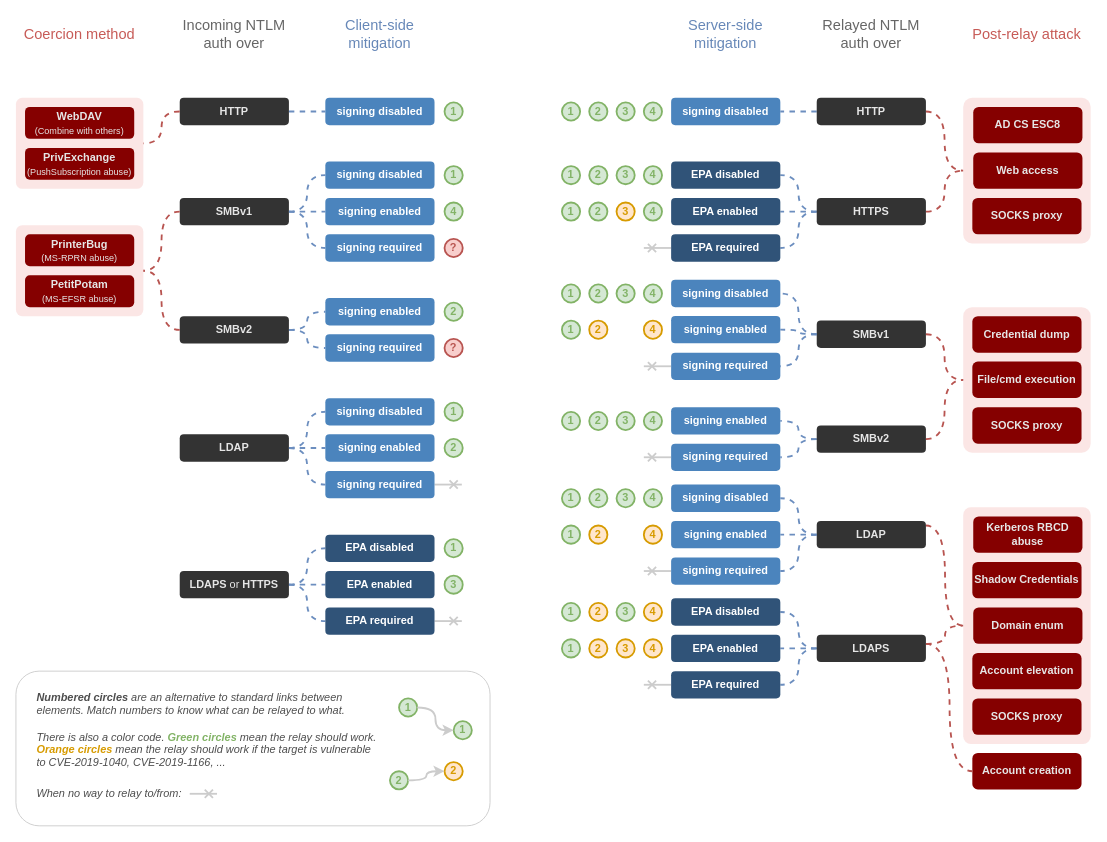
The-Hacker-Recipes/The-Hacker-Recipes keeps this draw.io diagram as page "Page-1" (1 of 2) of .assets/ntlm_relay.drawio. Above is the earlier version. Source tidied: cells renumbered, new cells numbered last; positions are measured from the earlier drawing's top-left corner, leaving out a move shared by most shapes. Both pictures are drawn from the tidied source at 91%, with x=0, y=0 at pixel (15, 15).
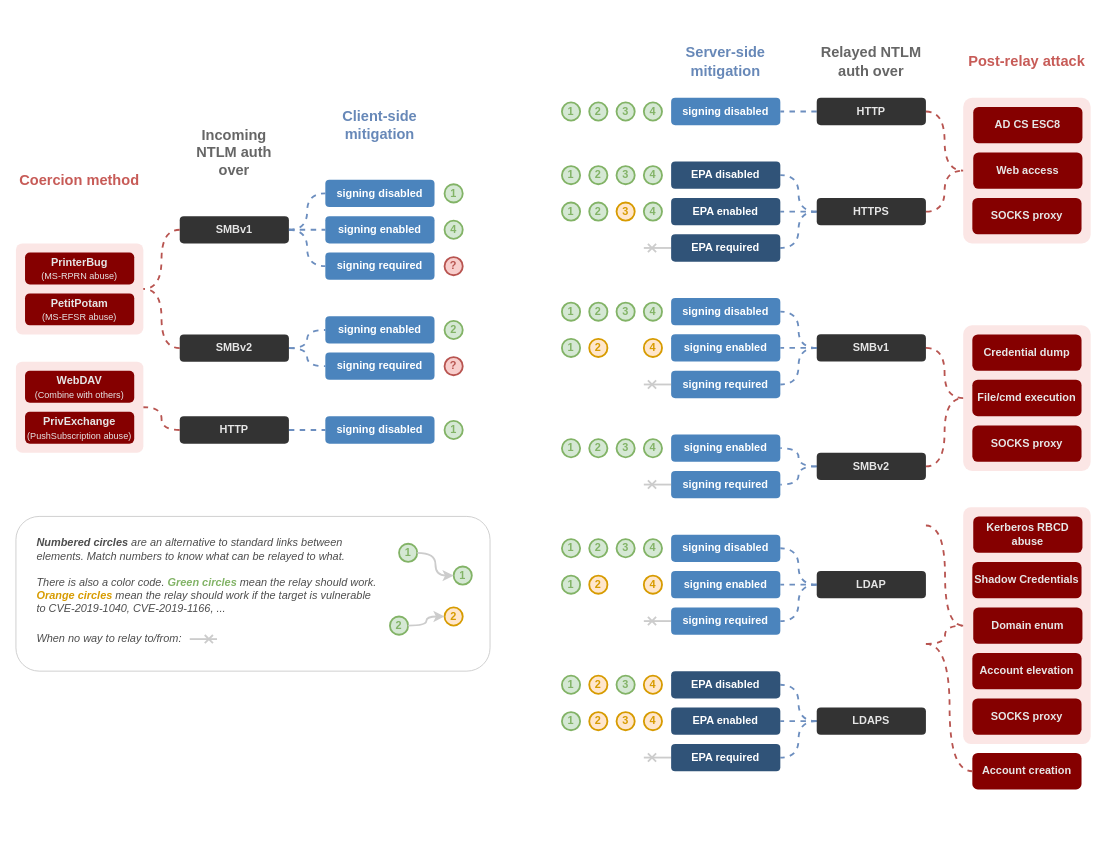
After the change.

Change to the diagram source:
```diff
@@
-    <mxCell id="2" style="edgeStyle=orthogonalEdgeStyle;curved=1;rounded=0;jettySize=auto;html=1;exitX=1;exitY=0.5;exitDx=0;exitDy=0;entryX=0;entryY=0.5;entryDx=0;entryDy=0;strokeColor=#6c8ebf;strokeWidth=2;fillColor=#dae8fc;dashed=1;endArrow=none;endFill=0;" parent="1" edge="1" source="4" target="165">
-      <mxGeometry relative="1" as="geometry" />
-    </mxCell>
-    <mxCell id="3" style="edgeStyle=orthogonalEdgeStyle;curved=1;rounded=0;jettySize=auto;html=1;exitX=1;exitY=0.5;exitDx=0;exitDy=0;entryX=0;entryY=0.5;entryDx=0;entryDy=0;strokeColor=#6c8ebf;strokeWidth=2;fillColor=#dae8fc;dashed=1;endArrow=none;endFill=0;" parent="1" edge="1" source="4" target="167">
-      <mxGeometry relative="1" as="geometry" />
-    </mxCell>
-    <mxCell id="4" value="LDAP" style="rounded=1;whiteSpace=wrap;html=1;fontColor=#E6E6E6;fontStyle=1;fillColor=#333333;strokeColor=none;" parent="1" vertex="1">
-      <mxGeometry x="180" y="459.8" width="120" height="30" as="geometry" />
-    </mxCell>
@@
     <mxCell id="6" value="HTTP" style="rounded=1;whiteSpace=wrap;html=1;fontColor=#E6E6E6;fontStyle=1;fillColor=#333333;strokeColor=none;" parent="1" vertex="1">
-      <mxGeometry x="180" y="90" width="120" height="30" as="geometry" />
+      <mxGeometry x="180" y="440" width="120" height="30" as="geometry" />
     </mxCell>
@@
     <mxCell id="11" value="SMBv1" style="rounded=1;whiteSpace=wrap;html=1;fontColor=#E6E6E6;fontStyle=1;fillColor=#333333;strokeColor=none;" parent="1" vertex="1">
-      <mxGeometry x="880" y="334.8" width="120" height="30" as="geometry" />
+      <mxGeometry x="880" y="349.8" width="120" height="30" as="geometry" />
     </mxCell>
@@
     <mxCell id="15" value="LDAP" style="rounded=1;whiteSpace=wrap;html=1;fontColor=#E6E6E6;fontStyle=1;fillColor=#333333;strokeColor=none;" parent="1" vertex="1">
-      <mxGeometry x="880" y="555" width="120" height="30" as="geometry" />
+      <mxGeometry x="880" y="610" width="120" height="30" as="geometry" />
     </mxCell>
@@
     <mxCell id="19" value="SMBv2" style="rounded=1;whiteSpace=wrap;html=1;fontColor=#E6E6E6;fontStyle=1;fillColor=#333333;strokeColor=none;" parent="1" vertex="1">
-      <mxGeometry x="880" y="450" width="120" height="30" as="geometry" />
+      <mxGeometry x="880" y="480" width="120" height="30" as="geometry" />
     </mxCell>
@@
     <mxCell id="25" value="LDAPS" style="rounded=1;whiteSpace=wrap;html=1;fontColor=#E6E6E6;fontStyle=1;fillColor=#333333;strokeColor=none;" parent="1" vertex="1">
-      <mxGeometry x="880" y="680" width="120" height="30" as="geometry" />
+      <mxGeometry x="880" y="760" width="120" height="30" as="geometry" />
     </mxCell>
@@
     <mxCell id="36" value="SMBv1" style="rounded=1;whiteSpace=wrap;html=1;fontColor=#E6E6E6;fontStyle=1;fillColor=#333333;strokeColor=none;" parent="1" vertex="1">
-      <mxGeometry x="180" y="200" width="120" height="30" as="geometry" />
+      <mxGeometry x="180" y="220" width="120" height="30" as="geometry" />
     </mxCell>
@@
     <mxCell id="39" value="SMBv2" style="rounded=1;whiteSpace=wrap;html=1;fontColor=#E6E6E6;fontStyle=1;fillColor=#333333;strokeColor=none;" parent="1" vertex="1">
-      <mxGeometry x="180" y="330" width="120" height="30" as="geometry" />
+      <mxGeometry x="180" y="350" width="120" height="30" as="geometry" />
     </mxCell>
-    <mxCell id="40" style="edgeStyle=orthogonalEdgeStyle;curved=1;rounded=0;jettySize=auto;html=1;exitX=1;exitY=0.5;exitDx=0;exitDy=0;entryX=0;entryY=0.5;entryDx=0;entryDy=0;strokeColor=#6c8ebf;strokeWidth=2;fillColor=#dae8fc;dashed=1;endArrow=none;endFill=0;" parent="1" edge="1" source="43" target="158">
-      <mxGeometry relative="1" as="geometry" />
-    </mxCell>
-    <mxCell id="41" style="edgeStyle=orthogonalEdgeStyle;curved=1;rounded=0;jettySize=auto;html=1;exitX=1;exitY=0.5;exitDx=0;exitDy=0;entryX=0;entryY=0.5;entryDx=0;entryDy=0;strokeColor=#6c8ebf;strokeWidth=2;fillColor=#dae8fc;dashed=1;endArrow=none;endFill=0;" parent="1" edge="1" source="43" target="159">
-      <mxGeometry relative="1" as="geometry" />
-    </mxCell>
-    <mxCell id="42" style="edgeStyle=orthogonalEdgeStyle;curved=1;rounded=0;jettySize=auto;html=1;exitX=1;exitY=0.5;exitDx=0;exitDy=0;entryX=0;entryY=0.5;entryDx=0;entryDy=0;strokeColor=#6c8ebf;strokeWidth=2;fillColor=#dae8fc;dashed=1;endArrow=none;endFill=0;" parent="1" edge="1" source="43" target="161">
-      <mxGeometry relative="1" as="geometry" />
-    </mxCell>
-    <mxCell id="43" value="LDAPS &lt;span style=&quot;font-weight: normal&quot;&gt;or&lt;/span&gt; HTTPS" style="rounded=1;whiteSpace=wrap;html=1;fontColor=#E6E6E6;fontStyle=1;fillColor=#333333;strokeColor=none;" parent="1" vertex="1">
-      <mxGeometry x="180" y="610" width="120" height="30" as="geometry" />
-    </mxCell>
@@
-    <mxCell id="47" value="&lt;font&gt;Coercion method&lt;/font&gt;" style="text;html=1;strokeColor=none;fillColor=none;align=center;verticalAlign=middle;whiteSpace=wrap;rounded=0;fontSize=16;fontColor=#C75B57;" parent="1" vertex="1">
-      <mxGeometry width="140" height="40" as="geometry" />
+    <mxCell id="47" value="&lt;font&gt;Coercion method&lt;/font&gt;" style="text;html=1;strokeColor=none;fillColor=none;align=center;verticalAlign=middle;whiteSpace=wrap;rounded=0;fontSize=16;fontColor=#C75B57;fontStyle=1;" parent="1" vertex="1">
+      <mxGeometry y="160" width="140" height="40" as="geometry" />
     </mxCell>
-    <mxCell id="48" value="&lt;font color=&quot;#666666&quot;&gt;Incoming NTLM auth over&lt;/font&gt;" style="text;html=1;strokeColor=none;fillColor=none;align=center;verticalAlign=middle;whiteSpace=wrap;rounded=0;fontSize=16;fontColor=#C75B57;" parent="1" vertex="1">
-      <mxGeometry x="180" width="120" height="40" as="geometry" />
+    <mxCell id="48" value="&lt;font color=&quot;#666666&quot;&gt;Incoming NTLM auth over&lt;/font&gt;" style="text;html=1;strokeColor=none;fillColor=none;align=center;verticalAlign=middle;whiteSpace=wrap;rounded=0;fontSize=16;fontColor=#C75B57;fontStyle=1;" parent="1" vertex="1">
+      <mxGeometry x="180" y="130" width="120" height="40" as="geometry" />
     </mxCell>
-    <mxCell id="49" value="Client-side&lt;br&gt;mitigation" style="text;html=1;strokeColor=none;fillColor=none;align=center;verticalAlign=middle;whiteSpace=wrap;rounded=0;fontSize=16;fontColor=#6788B8;" parent="1" vertex="1">
-      <mxGeometry x="340" width="120" height="40" as="geometry" />
+    <mxCell id="49" value="Client-side&lt;br&gt;mitigation" style="text;html=1;strokeColor=none;fillColor=none;align=center;verticalAlign=middle;whiteSpace=wrap;rounded=0;fontSize=16;fontColor=#6788B8;fontStyle=1;" parent="1" vertex="1">
+      <mxGeometry x="340" y="100" width="120" height="40" as="geometry" />
     </mxCell>
-    <mxCell id="50" value="&lt;font color=&quot;#666666&quot;&gt;Relayed NTLM auth over&lt;/font&gt;" style="text;html=1;strokeColor=none;fillColor=none;align=center;verticalAlign=middle;whiteSpace=wrap;rounded=0;fontSize=16;fontColor=#C75B57;" parent="1" vertex="1">
-      <mxGeometry x="880" width="120" height="40" as="geometry" />
+    <mxCell id="50" value="&lt;font color=&quot;#666666&quot;&gt;Relayed NTLM auth over&lt;/font&gt;" style="text;html=1;strokeColor=none;fillColor=none;align=center;verticalAlign=middle;whiteSpace=wrap;rounded=0;fontSize=16;fontColor=#C75B57;fontStyle=1;" parent="1" vertex="1">
+      <mxGeometry x="880" y="30" width="120" height="40" as="geometry" />
     </mxCell>
-    <mxCell id="51" value="Post-relay attack" style="text;html=1;strokeColor=none;fillColor=none;align=center;verticalAlign=middle;whiteSpace=wrap;rounded=0;fontSize=16;fontColor=#C75B57;" parent="1" vertex="1">
-      <mxGeometry x="1041" width="140" height="40" as="geometry" />
+    <mxCell id="51" value="Post-relay attack" style="text;html=1;strokeColor=none;fillColor=none;align=center;verticalAlign=middle;whiteSpace=wrap;rounded=0;fontSize=16;fontColor=#C75B57;fontStyle=1;" parent="1" vertex="1">
+      <mxGeometry x="1041" y="30" width="140" height="40" as="geometry" />
     </mxCell>
-    <mxCell id="52" value="Server-side&lt;br&gt;mitigation" style="text;html=1;strokeColor=none;fillColor=none;align=center;verticalAlign=middle;whiteSpace=wrap;rounded=0;fontSize=16;fontColor=#6788B8;" parent="1" vertex="1">
-      <mxGeometry x="720" width="120" height="40" as="geometry" />
+    <mxCell id="52" value="Server-side&lt;br&gt;mitigation" style="text;html=1;strokeColor=none;fillColor=none;align=center;verticalAlign=middle;whiteSpace=wrap;rounded=0;fontSize=16;fontColor=#6788B8;fontStyle=1;" parent="1" vertex="1">
+      <mxGeometry x="720" y="30" width="120" height="40" as="geometry" />
     </mxCell>
     <mxCell id="53" style="group;" parent="1" vertex="1">
-      <mxGeometry y="720" width="521" height="170" as="geometry" />
+      <mxGeometry y="550" width="521" height="170" as="geometry" />
     </mxCell>
@@
-    <mxCell id="66" style="edgeStyle=orthogonalEdgeStyle;curved=1;rounded=0;jettySize=auto;html=1;exitX=1;exitY=0.5;exitDx=0;exitDy=0;entryX=0;entryY=0.5;entryDx=0;entryDy=0;strokeColor=#6c8ebf;strokeWidth=2;fillColor=#dae8fc;dashed=1;endArrow=none;endFill=0;" parent="1" edge="1" source="4" target="169">
-      <mxGeometry relative="1" as="geometry" />
-    </mxCell>
@@
     <mxCell id="68" style="group;" parent="1" vertex="1">
-      <mxGeometry y="90" width="140" height="100" as="geometry" />
+      <mxGeometry y="380" width="140" height="100" as="geometry" />
     </mxCell>
@@
     <mxCell id="72" style="group;" parent="1" vertex="1">
-      <mxGeometry y="230" width="140" height="100" as="geometry" />
+      <mxGeometry y="250" width="140" height="100" as="geometry" />
     </mxCell>
@@
     <mxCell id="81" style="group;" parent="1" vertex="1">
-      <mxGeometry x="1041" y="320" width="140" height="160" as="geometry" />
+      <mxGeometry x="1041" y="340" width="140" height="160" as="geometry" />
     </mxCell>
@@
     <mxCell id="112" style="group;" parent="1" vertex="1">
-      <mxGeometry x="600" y="290" width="240" height="110" as="geometry" />
+      <mxGeometry x="600" y="310" width="240" height="110" as="geometry" />
     </mxCell>
@@
     <mxCell id="124" style="group;" parent="1" vertex="1">
-      <mxGeometry x="600" y="430" width="240" height="70" as="geometry" />
+      <mxGeometry x="600" y="460" width="240" height="70" as="geometry" />
     </mxCell>
@@
     <mxCell id="132" style="group;" parent="1" vertex="1">
-      <mxGeometry x="600" y="515" width="240" height="110" as="geometry" />
+      <mxGeometry x="600" y="570" width="240" height="110" as="geometry" />
     </mxCell>
@@
     <mxCell id="144" style="group;" parent="1" vertex="1">
-      <mxGeometry x="600" y="640" width="240" height="110" as="geometry" />
+      <mxGeometry x="600" y="720" width="240" height="110" as="geometry" />
     </mxCell>
@@
-    <mxCell id="157" style="group;" parent="1" vertex="1">
-      <mxGeometry x="340" y="570" width="151" height="110" as="geometry" />
-    </mxCell>
-    <mxCell id="158" value="EPA disabled" style="rounded=1;whiteSpace=wrap;html=1;strokeColor=none;fontStyle=1;fontColor=#FFFFFF;fillColor=#305378;" parent="157" vertex="1">
-      <mxGeometry width="120" height="30" as="geometry" />
-    </mxCell>
-    <mxCell id="159" value="EPA enabled" style="rounded=1;whiteSpace=wrap;html=1;strokeColor=none;fontStyle=1;fontColor=#FFFFFF;fillColor=#305378;" parent="157" vertex="1">
-      <mxGeometry y="40" width="120" height="30" as="geometry" />
-    </mxCell>
-    <mxCell id="160" style="edgeStyle=orthogonalEdgeStyle;curved=1;rounded=0;jettySize=auto;html=1;exitX=1;exitY=0.5;exitDx=0;exitDy=0;endArrow=cross;endFill=0;strokeWidth=2;fontColor=#82B366;strokeColor=#CCCCCC;" parent="157" edge="1" source="161">
-      <mxGeometry relative="1" as="geometry">
-        <mxPoint x="150" y="95" as="targetPoint" />
-      </mxGeometry>
-    </mxCell>
-    <mxCell id="161" value="EPA required" style="rounded=1;whiteSpace=wrap;html=1;strokeColor=none;fontStyle=1;fontColor=#FFFFFF;fillColor=#305378;" parent="157" vertex="1">
-      <mxGeometry y="80" width="120" height="30" as="geometry" />
-    </mxCell>
-    <mxCell id="162" value="1" style="ellipse;whiteSpace=wrap;html=1;strokeWidth=2;fontStyle=1;fillColor=#d5e8d4;labelBackgroundColor=none;strokeColor=#82b366;fontColor=#82B366;" parent="157" vertex="1">
-      <mxGeometry x="131" y="5" width="20" height="20" as="geometry" />
-    </mxCell>
-    <mxCell id="163" value="3" style="ellipse;whiteSpace=wrap;html=1;strokeWidth=2;fontStyle=1;fillColor=#d5e8d4;strokeColor=#82b366;fontColor=#82B366;" parent="157" vertex="1">
-      <mxGeometry x="131" y="45" width="20" height="20" as="geometry" />
-    </mxCell>
-    <mxCell id="164" style="group;" parent="1" vertex="1">
-      <mxGeometry x="340" y="420" width="151" height="110" as="geometry" />
-    </mxCell>
-    <mxCell id="165" value="signing enabled" style="rounded=1;whiteSpace=wrap;html=1;strokeColor=none;fontStyle=1;fillColor=#4B84BD;fontColor=#FFFFFF;" parent="164" vertex="1">
-      <mxGeometry y="39.8" width="120" height="30" as="geometry" />
-    </mxCell>
-    <mxCell id="166" style="edgeStyle=orthogonalEdgeStyle;curved=1;rounded=0;jettySize=auto;html=1;exitX=1;exitY=0.5;exitDx=0;exitDy=0;endArrow=cross;endFill=0;strokeWidth=2;fontColor=#82B366;strokeColor=#CCCCCC;" parent="164" edge="1" source="167">
-      <mxGeometry relative="1" as="geometry">
-        <mxPoint x="150" y="95" as="targetPoint" />
-      </mxGeometry>
-    </mxCell>
-    <mxCell id="167" value="signing required" style="rounded=1;whiteSpace=wrap;html=1;strokeColor=none;fontStyle=1;fillColor=#4B84BD;fontColor=#FFFFFF;" parent="164" vertex="1">
-      <mxGeometry y="80" width="120" height="30" as="geometry" />
-    </mxCell>
-    <mxCell id="168" value="2" style="ellipse;whiteSpace=wrap;html=1;strokeWidth=2;fontStyle=1;fillColor=#d5e8d4;strokeColor=#82b366;fontColor=#82B366;" parent="164" vertex="1">
-      <mxGeometry x="131" y="44.8" width="20" height="20" as="geometry" />
-    </mxCell>
-    <mxCell id="169" value="signing disabled" style="rounded=1;whiteSpace=wrap;html=1;strokeColor=none;fontStyle=1;fillColor=#4B84BD;fontColor=#FFFFFF;" parent="164" vertex="1">
-      <mxGeometry width="120" height="30" as="geometry" />
-    </mxCell>
-    <mxCell id="170" value="1" style="ellipse;whiteSpace=wrap;html=1;strokeWidth=2;fontStyle=1;fillColor=#d5e8d4;strokeColor=#82b366;labelBackgroundColor=none;fontColor=#82B366;" parent="164" vertex="1">
-      <mxGeometry x="131" y="5" width="20" height="20" as="geometry" />
-    </mxCell>
     <mxCell id="171" style="group;" parent="1" vertex="1">
-      <mxGeometry x="340" y="310.1" width="151" height="69.8" as="geometry" />
+      <mxGeometry x="340" y="330.1" width="151" height="69.8" as="geometry" />
     </mxCell>
@@
     <mxCell id="176" style="group;" parent="1" vertex="1">
-      <mxGeometry x="340" y="160" width="151" height="110" as="geometry" />
+      <mxGeometry x="340" y="180" width="151" height="110" as="geometry" />
     </mxCell>
@@
     <mxCell id="183" style="group;" parent="1" vertex="1">
-      <mxGeometry x="340" y="90" width="151" height="30" as="geometry" />
+      <mxGeometry x="340" y="440" width="151" height="30" as="geometry" />
     </mxCell>
```
